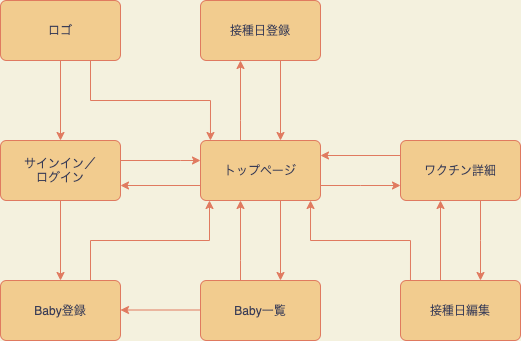
This is baby_app_sfd.png from katao-eng/baby-app, a draw.io export, as it was before one commit. Source tidied: cells renumbered, new cells last; positions are measured from the earlier drawing's top-left corner, leaving out a move shared by most shapes.
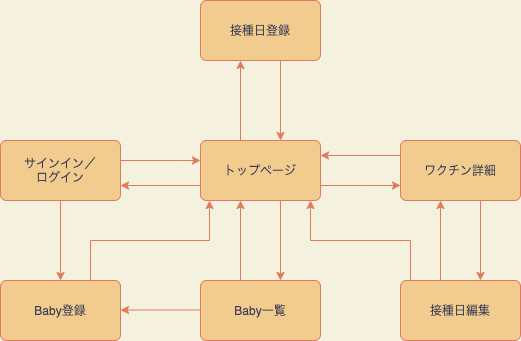
After the commit.

Commit message:
画面遷移図の修正

The edit, as a diff of the source:
```diff
@@ -2,20 +2,6 @@
   <root>
     <mxCell id="0" />
     <mxCell id="1" parent="0" />
-    <mxCell id="2" style="edgeStyle=orthogonalEdgeStyle;rounded=0;jettySize=auto;html=1;labelBackgroundColor=#F4F1DE;strokeColor=#E07A5F;fontColor=#393C56;" parent="1" edge="1" source="4" target="7">
-      <mxGeometry relative="1" as="geometry" />
-    </mxCell>
-    <mxCell id="3" style="edgeStyle=orthogonalEdgeStyle;sketch=0;jettySize=auto;html=1;exitX=0.75;exitY=1;exitDx=0;exitDy=0;entryX=0.083;entryY=0;entryDx=0;entryDy=0;fontColor=#393C56;strokeColor=#E07A5F;fillColor=#F2CC8F;rounded=0;entryPerimeter=0;" parent="1" edge="1" source="4" target="11">
-      <mxGeometry relative="1" as="geometry">
-        <Array as="points">
-          <mxPoint x="90" y="100" />
-          <mxPoint x="210" y="100" />
-        </Array>
-      </mxGeometry>
-    </mxCell>
-    <mxCell id="4" value="ロゴ" style="rounded=1;arcSize=10;whiteSpace=wrap;html=1;align=center;fillColor=#F2CC8F;strokeColor=#E07A5F;fontColor=#393C56;" parent="1" vertex="1">
-      <mxGeometry width="120" height="60" as="geometry" />
-    </mxCell>
     <mxCell id="5" style="edgeStyle=orthogonalEdgeStyle;rounded=0;jettySize=auto;html=1;labelBackgroundColor=#F4F1DE;strokeColor=#E07A5F;fontColor=#393C56;" parent="1" edge="1" source="7" target="11">
       <mxGeometry relative="1" as="geometry">
         <Array as="points">
```
